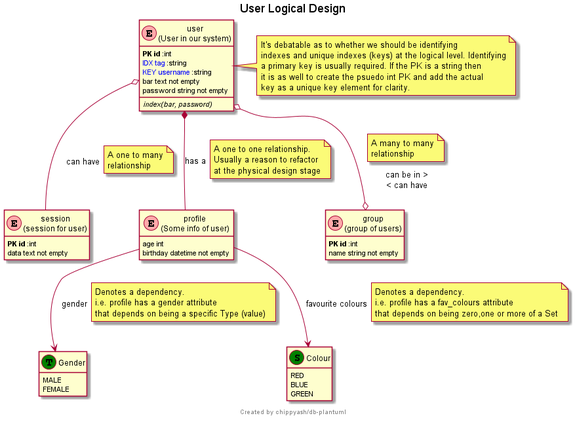
Before: examples/User_Logical.png, a diagram exported from PlantUML (chippyash/db-plantuml).
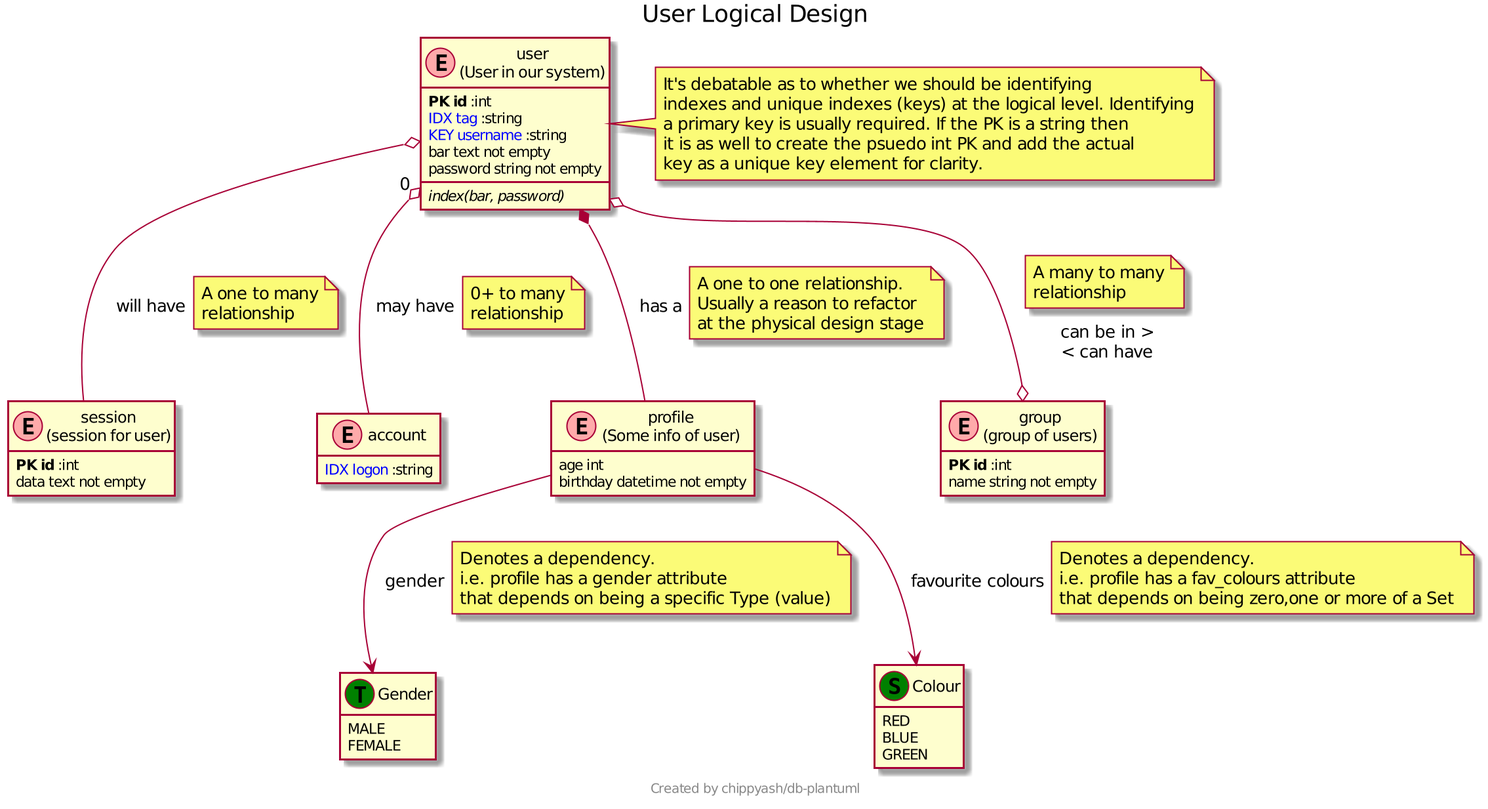
Above is the later version.

Commit message:
add zero to many relationship

The edit, as a diff of the source:
```diff
@@ -1,5 +1,6 @@
 @startuml
 title User Logical Design
+
 
 
 
@@ -37,9 +38,19 @@
 		<b>PK id</b> :int
 	data text not empty
 }
-				user o-- session: can have
+				user o-- session: will have
 note right on link
 A one to many
+relationship
+end note
+
+		class "account" as ac << (E,#FFAAAA)Table>>
+ {
+    	<color:blue>IDX logon</color> :string
+}
+				user "0" o-- ac: may have
+note right on link
+0+ to many
 relationship
 end note
 
```
